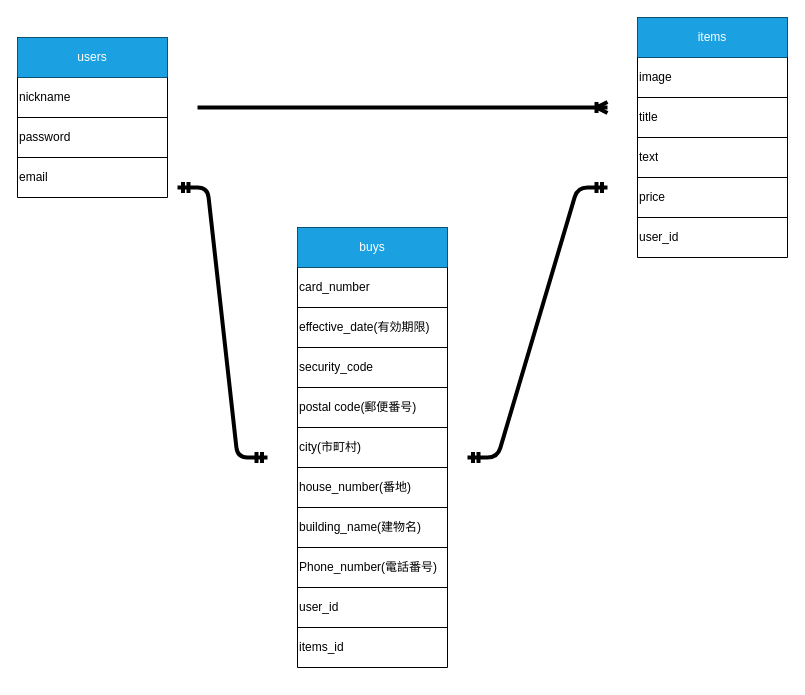
Earlier version of the draw.io diagram test.dio (naki7621/furima-41351). Source tidied: cells renumbered, new cells numbered last; positions are measured from the earlier drawing's top-left corner, leaving out a move shared by most shapes. Both pictures are drawn from the tidied source at 100%, with x=0, y=0 at pixel (17, 17).
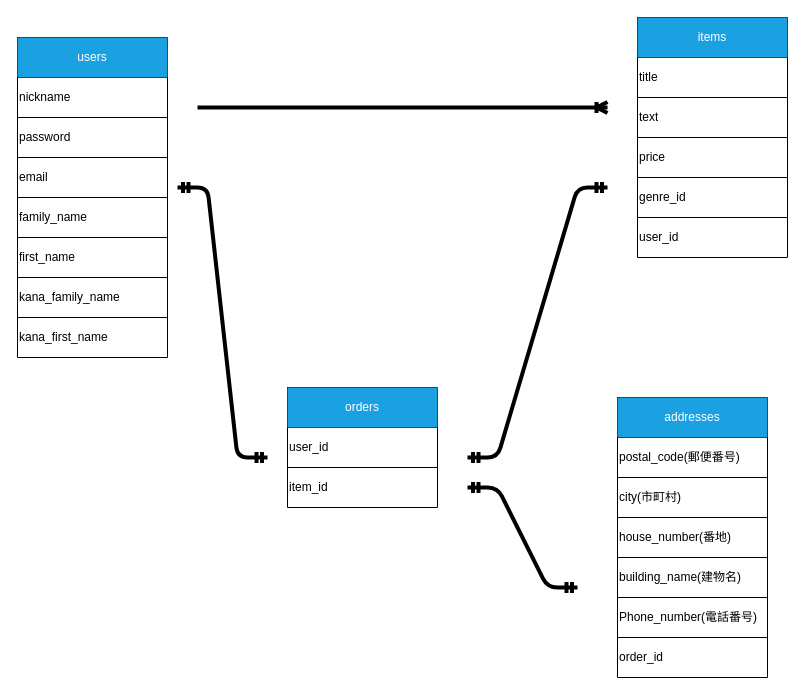
After the change.

The change refers to these unchanged cells:
```xml
<mxCell id="11" style="shape=table;startSize=0;childLayout=tableLayout;" parent="1" vertex="1">
  <mxGeometry x="620" width="150" height="240" as="geometry" />
</mxCell>
<mxCell id="25" style="shape=tableRow;horizontal=0;startSize=0;swimlaneHead=0;swimlaneBody=0;top=0;left=0;bottom=0;right=0;fillColor=none;" parent="24" vertex="1">
  <mxGeometry width="150" height="40" as="geometry" />
</mxCell>
```

Change to the diagram source:
```diff
@@
     <mxCell id="2" style="shape=table;startSize=0;childLayout=tableLayout;" parent="1" vertex="1">
-      <mxGeometry y="20" width="150" height="160" as="geometry" />
+      <mxGeometry y="20" width="150" height="320" as="geometry" />
     </mxCell>
@@
+    <mxCell id="50" style="shape=tableRow;horizontal=0;startSize=0;swimlaneHead=0;swimlaneBody=0;top=0;left=0;bottom=0;right=0;fillColor=none;" parent="2" vertex="1">
+      <mxGeometry y="160" width="150" height="40" as="geometry" />
+    </mxCell>
+    <mxCell id="51" value="family_name" style="shape=partialRectangle;html=1;whiteSpace=wrap;overflow=hidden;fillColor=none;top=0;left=0;bottom=0;right=0;align=left;" parent="50" vertex="1">
+      <mxGeometry width="150" height="40" as="geometry" />
+    </mxCell>
+    <mxCell id="52" style="shape=tableRow;horizontal=0;startSize=0;swimlaneHead=0;swimlaneBody=0;top=0;left=0;bottom=0;right=0;fillColor=none;" parent="2" vertex="1">
+      <mxGeometry y="200" width="150" height="40" as="geometry" />
+    </mxCell>
+    <mxCell id="53" value="first_name" style="shape=partialRectangle;html=1;whiteSpace=wrap;overflow=hidden;fillColor=none;top=0;left=0;bottom=0;right=0;align=left;" parent="52" vertex="1">
+      <mxGeometry width="150" height="40" as="geometry" />
+    </mxCell>
+    <mxCell id="54" style="shape=tableRow;horizontal=0;startSize=0;swimlaneHead=0;swimlaneBody=0;top=0;left=0;bottom=0;right=0;fillColor=none;" parent="2" vertex="1">
+      <mxGeometry y="240" width="150" height="40" as="geometry" />
+    </mxCell>
+    <mxCell id="55" value="kana_family_name" style="shape=partialRectangle;html=1;whiteSpace=wrap;overflow=hidden;fillColor=none;top=0;left=0;bottom=0;right=0;align=left;" parent="54" vertex="1">
+      <mxGeometry width="150" height="40" as="geometry" />
+    </mxCell>
+    <mxCell id="56" style="shape=tableRow;horizontal=0;startSize=0;swimlaneHead=0;swimlaneBody=0;top=0;left=0;bottom=0;right=0;fillColor=none;" parent="2" vertex="1">
+      <mxGeometry y="280" width="150" height="40" as="geometry" />
+    </mxCell>
+    <mxCell id="57" value="kana_first_name" style="shape=partialRectangle;html=1;whiteSpace=wrap;overflow=hidden;fillColor=none;top=0;left=0;bottom=0;right=0;align=left;" parent="56" vertex="1">
+      <mxGeometry width="150" height="40" as="geometry" />
+    </mxCell>
@@
-    <mxCell id="14" style="shape=tableRow;horizontal=0;startSize=0;swimlaneHead=0;swimlaneBody=0;top=0;left=0;bottom=0;right=0;fillColor=none;" parent="11" vertex="1">
-      <mxGeometry y="40" width="150" height="40" as="geometry" />
-    </mxCell>
-    <mxCell id="15" value="image" style="shape=partialRectangle;html=1;whiteSpace=wrap;overflow=hidden;fillColor=none;top=0;left=0;bottom=0;right=0;align=left;" parent="14" vertex="1">
-      <mxGeometry width="150" height="40" as="geometry" />
-    </mxCell>
     <mxCell id="16" style="shape=tableRow;horizontal=0;startSize=0;swimlaneHead=0;swimlaneBody=0;top=0;left=0;bottom=0;right=0;fillColor=none;" parent="11" vertex="1">
-      <mxGeometry y="80" width="150" height="40" as="geometry" />
+      <mxGeometry y="40" width="150" height="40" as="geometry" />
     </mxCell>
@@
     <mxCell id="18" style="shape=tableRow;horizontal=0;startSize=0;swimlaneHead=0;swimlaneBody=0;top=0;left=0;bottom=0;right=0;fillColor=none;" parent="11" vertex="1">
-      <mxGeometry y="120" width="150" height="40" as="geometry" />
+      <mxGeometry y="80" width="150" height="40" as="geometry" />
     </mxCell>
@@
     <mxCell id="20" style="shape=tableRow;horizontal=0;startSize=0;swimlaneHead=0;swimlaneBody=0;top=0;left=0;bottom=0;right=0;fillColor=none;" parent="11" vertex="1">
-      <mxGeometry y="160" width="150" height="40" as="geometry" />
+      <mxGeometry y="120" width="150" height="40" as="geometry" />
     </mxCell>
@@
+    <mxCell id="58" style="shape=tableRow;horizontal=0;startSize=0;swimlaneHead=0;swimlaneBody=0;top=0;left=0;bottom=0;right=0;fillColor=none;" parent="11" vertex="1">
+      <mxGeometry y="160" width="150" height="40" as="geometry" />
+    </mxCell>
+    <mxCell id="59" value="genre_id" style="shape=partialRectangle;html=1;whiteSpace=wrap;overflow=hidden;fillColor=none;top=0;left=0;bottom=0;right=0;align=left;" parent="58" vertex="1">
+      <mxGeometry width="150" height="40" as="geometry" />
+    </mxCell>
@@
     <mxCell id="24" style="shape=table;startSize=0;childLayout=tableLayout;" parent="1" vertex="1">
-      <mxGeometry x="280" y="210" width="150" height="440" as="geometry" />
+      <mxGeometry x="600" y="380" width="150" height="280" as="geometry" />
     </mxCell>
@@
-    <mxCell id="26" value="buys" style="shape=partialRectangle;html=1;whiteSpace=wrap;overflow=hidden;fillColor=#1ba1e2;top=0;left=0;bottom=0;right=0;fontColor=#ffffff;strokeColor=#006EAF;" parent="25" vertex="1">
+    <mxCell id="26" value="addresses" style="shape=partialRectangle;html=1;whiteSpace=wrap;overflow=hidden;fillColor=#1ba1e2;top=0;left=0;bottom=0;right=0;fontColor=#ffffff;strokeColor=#006EAF;" parent="25" vertex="1">
       <mxGeometry width="150" height="40" as="geometry" />
     </mxCell>
-    <mxCell id="27" style="shape=tableRow;horizontal=0;startSize=0;swimlaneHead=0;swimlaneBody=0;top=0;left=0;bottom=0;right=0;fillColor=none;" parent="24" vertex="1">
-      <mxGeometry y="40" width="150" height="40" as="geometry" />
-    </mxCell>
-    <mxCell id="28" value="card_number" style="shape=partialRectangle;html=1;whiteSpace=wrap;overflow=hidden;fillColor=none;top=0;left=0;bottom=0;right=0;align=left;" parent="27" vertex="1">
-      <mxGeometry width="150" height="40" as="geometry" />
-    </mxCell>
-    <mxCell id="29" style="shape=tableRow;horizontal=0;startSize=0;swimlaneHead=0;swimlaneBody=0;top=0;left=0;bottom=0;right=0;fillColor=none;" parent="24" vertex="1">
-      <mxGeometry y="80" width="150" height="40" as="geometry" />
-    </mxCell>
-    <mxCell id="30" value="effective_date(有効期限)" style="shape=partialRectangle;html=1;whiteSpace=wrap;overflow=hidden;fillColor=none;top=0;left=0;bottom=0;right=0;align=left;" parent="29" vertex="1">
-      <mxGeometry width="150" height="40" as="geometry" />
-    </mxCell>
-    <mxCell id="31" style="shape=tableRow;horizontal=0;startSize=0;swimlaneHead=0;swimlaneBody=0;top=0;left=0;bottom=0;right=0;fillColor=none;" parent="24" vertex="1">
-      <mxGeometry y="120" width="150" height="40" as="geometry" />
-    </mxCell>
-    <mxCell id="32" value="security_code" style="shape=partialRectangle;html=1;whiteSpace=wrap;overflow=hidden;fillColor=none;top=0;left=0;bottom=0;right=0;align=left;" parent="31" vertex="1">
-      <mxGeometry width="150" height="40" as="geometry" />
-    </mxCell>
     <mxCell id="33" style="shape=tableRow;horizontal=0;startSize=0;swimlaneHead=0;swimlaneBody=0;top=0;left=0;bottom=0;right=0;fillColor=none;" parent="24" vertex="1">
-      <mxGeometry y="160" width="150" height="40" as="geometry" />
+      <mxGeometry y="40" width="150" height="40" as="geometry" />
     </mxCell>
-    <mxCell id="34" value="postal code(郵便番号)" style="shape=partialRectangle;html=1;whiteSpace=wrap;overflow=hidden;fillColor=none;top=0;left=0;bottom=0;right=0;align=left;" parent="33" vertex="1">
+    <mxCell id="34" value="postal_code(郵便番号)" style="shape=partialRectangle;html=1;whiteSpace=wrap;overflow=hidden;fillColor=none;top=0;left=0;bottom=0;right=0;align=left;" parent="33" vertex="1">
       <mxGeometry width="150" height="40" as="geometry" />
     </mxCell>
     <mxCell id="35" style="shape=tableRow;horizontal=0;startSize=0;swimlaneHead=0;swimlaneBody=0;top=0;left=0;bottom=0;right=0;fillColor=none;" parent="24" vertex="1">
-      <mxGeometry y="200" width="150" height="40" as="geometry" />
+      <mxGeometry y="80" width="150" height="40" as="geometry" />
     </mxCell>
@@
     <mxCell id="37" style="shape=tableRow;horizontal=0;startSize=0;swimlaneHead=0;swimlaneBody=0;top=0;left=0;bottom=0;right=0;fillColor=none;" parent="24" vertex="1">
-      <mxGeometry y="240" width="150" height="40" as="geometry" />
+      <mxGeometry y="120" width="150" height="40" as="geometry" />
     </mxCell>
@@
     <mxCell id="39" style="shape=tableRow;horizontal=0;startSize=0;swimlaneHead=0;swimlaneBody=0;top=0;left=0;bottom=0;right=0;fillColor=none;" parent="24" vertex="1">
-      <mxGeometry y="280" width="150" height="40" as="geometry" />
+      <mxGeometry y="160" width="150" height="40" as="geometry" />
     </mxCell>
@@
     <mxCell id="41" style="shape=tableRow;horizontal=0;startSize=0;swimlaneHead=0;swimlaneBody=0;top=0;left=0;bottom=0;right=0;fillColor=none;" parent="24" vertex="1">
-      <mxGeometry y="320" width="150" height="40" as="geometry" />
+      <mxGeometry y="200" width="150" height="40" as="geometry" />
     </mxCell>
@@
-    <mxCell id="43" style="shape=tableRow;horizontal=0;startSize=0;swimlaneHead=0;swimlaneBody=0;top=0;left=0;bottom=0;right=0;fillColor=none;" parent="24" vertex="1">
-      <mxGeometry y="360" width="150" height="40" as="geometry" />
-    </mxCell>
-    <mxCell id="44" value="user_id" style="shape=partialRectangle;html=1;whiteSpace=wrap;overflow=hidden;fillColor=none;top=0;left=0;bottom=0;right=0;align=left;" parent="43" vertex="1">
-      <mxGeometry width="150" height="40" as="geometry" />
-    </mxCell>
-    <mxCell id="45" style="shape=tableRow;horizontal=0;startSize=0;swimlaneHead=0;swimlaneBody=0;top=0;left=0;bottom=0;right=0;fillColor=none;" parent="24" vertex="1">
-      <mxGeometry y="400" width="150" height="40" as="geometry" />
-    </mxCell>
-    <mxCell id="46" value="items_id" style="shape=partialRectangle;html=1;whiteSpace=wrap;overflow=hidden;fillColor=none;top=0;left=0;bottom=0;right=0;align=left;" parent="45" vertex="1">
-      <mxGeometry width="150" height="40" as="geometry" />
-    </mxCell>
+    <mxCell id="60" style="shape=tableRow;horizontal=0;startSize=0;swimlaneHead=0;swimlaneBody=0;top=0;left=0;bottom=0;right=0;fillColor=none;" parent="24" vertex="1">
+      <mxGeometry y="240" width="150" height="40" as="geometry" />
+    </mxCell>
+    <mxCell id="61" value="order_id" style="shape=partialRectangle;html=1;whiteSpace=wrap;overflow=hidden;fillColor=none;top=0;left=0;bottom=0;right=0;align=left;" parent="60" vertex="1">
+      <mxGeometry width="150" height="40" as="geometry" />
+    </mxCell>
@@
+    <mxCell id="62" style="shape=table;startSize=0;childLayout=tableLayout;" parent="1" vertex="1">
+      <mxGeometry x="270" y="370" width="150" height="120" as="geometry" />
+    </mxCell>
+    <mxCell id="63" style="shape=tableRow;horizontal=0;startSize=0;swimlaneHead=0;swimlaneBody=0;top=0;left=0;bottom=0;right=0;fillColor=none;" parent="62" vertex="1">
+      <mxGeometry width="150" height="40" as="geometry" />
+    </mxCell>
+    <mxCell id="64" value="orders" style="shape=partialRectangle;html=1;whiteSpace=wrap;overflow=hidden;fillColor=#1ba1e2;top=0;left=0;bottom=0;right=0;fontColor=#ffffff;strokeColor=#006EAF;" parent="63" vertex="1">
+      <mxGeometry width="150" height="40" as="geometry" />
+    </mxCell>
+    <mxCell id="65" style="shape=tableRow;horizontal=0;startSize=0;swimlaneHead=0;swimlaneBody=0;top=0;left=0;bottom=0;right=0;fillColor=none;" parent="62" vertex="1">
+      <mxGeometry y="40" width="150" height="40" as="geometry" />
+    </mxCell>
+    <mxCell id="44" value="user_id" style="shape=partialRectangle;html=1;whiteSpace=wrap;overflow=hidden;fillColor=none;top=0;left=0;bottom=0;right=0;align=left;" parent="65" vertex="1">
+      <mxGeometry width="150" height="40" as="geometry" />
+    </mxCell>
+    <mxCell id="29" style="shape=tableRow;horizontal=0;startSize=0;swimlaneHead=0;swimlaneBody=0;top=0;left=0;bottom=0;right=0;fillColor=none;" parent="62" vertex="1">
+      <mxGeometry y="80" width="150" height="40" as="geometry" />
+    </mxCell>
+    <mxCell id="66" value="item_id" style="shape=partialRectangle;html=1;whiteSpace=wrap;overflow=hidden;fillColor=none;top=0;left=0;bottom=0;right=0;align=left;" parent="29" vertex="1">
+      <mxGeometry width="150" height="40" as="geometry" />
+    </mxCell>
+    <mxCell id="67" style="edgeStyle=entityRelationEdgeStyle;fontSize=12;html=1;endArrow=ERmandOne;startArrow=ERmandOne;strokeWidth=4;" parent="1" edge="1">
+      <mxGeometry relative="1" as="geometry">
+        <mxPoint x="450" y="470" as="sourcePoint" />
+        <mxPoint x="560" y="570" as="targetPoint" />
+      </mxGeometry>
+    </mxCell>
```
